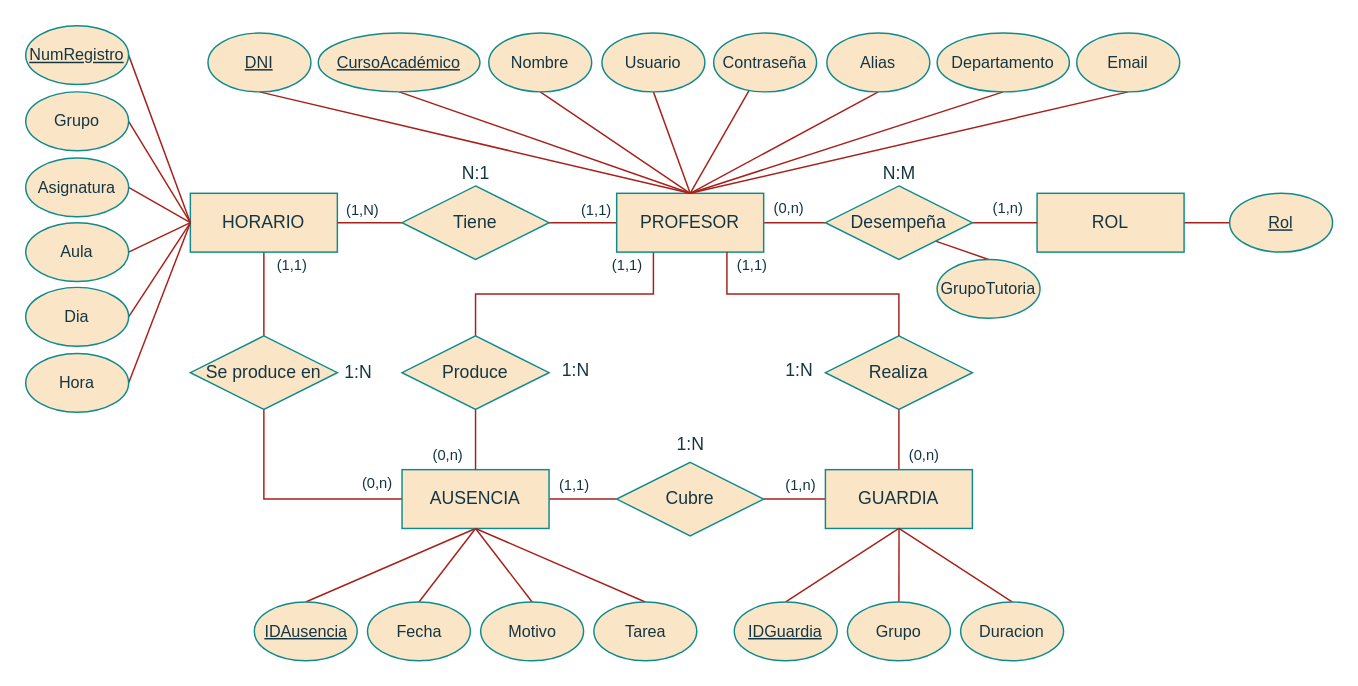
Samohe89/ProyectoIntegrado-Guardias keeps this draw.io diagram as DOC/Esquemas_diagramas/ModeloER_V1.drawio. Above is the earlier version. Source tidied: cells renumbered, new cells numbered last; positions are measured from the earlier drawing's top-left corner, leaving out a move shared by most shapes. Both pictures are drawn from the tidied source at 147%, with x=0, y=0 at pixel (25, 25).
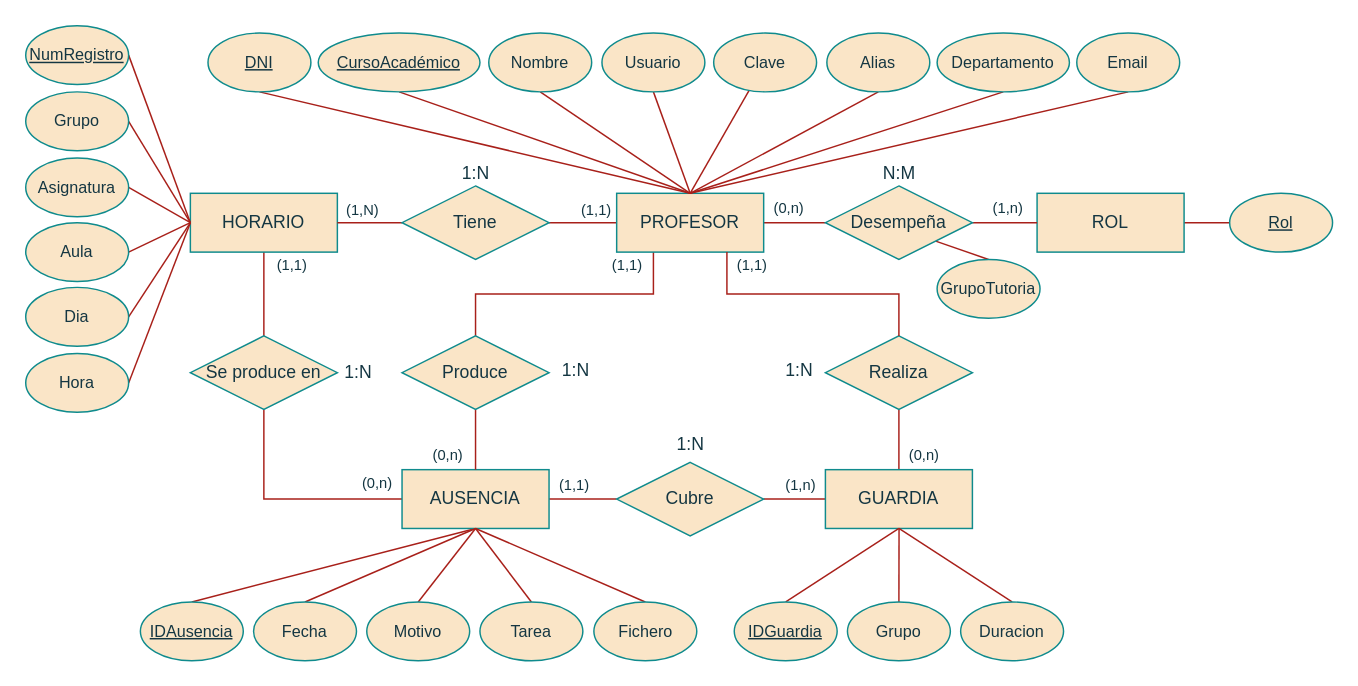
After the change.

The change refers to these unchanged cells:
```xml
<mxCell id="16" value="AUSENCIA" style="rounded=0;whiteSpace=wrap;html=1;labelBackgroundColor=none;fillColor=#FAE5C7;strokeColor=#0F8B8D;fontColor=#143642;" parent="1" vertex="1">
  <mxGeometry x="256" y="302" width="100" height="40" as="geometry" />
</mxCell>
```

What changed in the source:
```diff
@@
-    <mxCell id="24" value="Contraseña" style="ellipse;whiteSpace=wrap;html=1;fontSize=11;labelBackgroundColor=none;fillColor=#FAE5C7;strokeColor=#0F8B8D;fontColor=#143642;rounded=0;" parent="1" vertex="1">
+    <mxCell id="24" value="Clave" style="ellipse;whiteSpace=wrap;html=1;fontSize=11;labelBackgroundColor=none;fillColor=#FAE5C7;strokeColor=#0F8B8D;fontColor=#143642;rounded=0;" parent="1" vertex="1">
       <mxGeometry x="468" y="5" width="70" height="40" as="geometry" />
     </mxCell>
@@
-    <mxCell id="45" value="N:1" style="text;html=1;align=center;verticalAlign=middle;whiteSpace=wrap;rounded=0;labelBackgroundColor=none;fontColor=#143642;" parent="1" vertex="1">
+    <mxCell id="45" value="1:N" style="text;html=1;align=center;verticalAlign=middle;whiteSpace=wrap;rounded=0;labelBackgroundColor=none;fontColor=#143642;" parent="1" vertex="1">
       <mxGeometry x="288.5" y="92" width="35" height="17" as="geometry" />
     </mxCell>
@@
     <mxCell id="71" value="&lt;u&gt;IDAusencia&lt;/u&gt;" style="ellipse;whiteSpace=wrap;html=1;fontSize=11;labelBackgroundColor=none;fillColor=#FAE5C7;strokeColor=#0F8B8D;fontColor=#143642;rounded=0;" parent="1" vertex="1">
-      <mxGeometry x="155.5" y="392" width="70" height="40" as="geometry" />
+      <mxGeometry x="78" y="392" width="70" height="40" as="geometry" />
     </mxCell>
@@
     <mxCell id="73" value="Fecha" style="ellipse;whiteSpace=wrap;html=1;fontSize=11;labelBackgroundColor=none;fillColor=#FAE5C7;strokeColor=#0F8B8D;fontColor=#143642;rounded=0;" parent="1" vertex="1">
-      <mxGeometry x="232.5" y="392" width="70" height="40" as="geometry" />
+      <mxGeometry x="155" y="392" width="70" height="40" as="geometry" />
     </mxCell>
@@
     <mxCell id="75" value="Motivo" style="ellipse;whiteSpace=wrap;html=1;fontSize=11;labelBackgroundColor=none;fillColor=#FAE5C7;strokeColor=#0F8B8D;fontColor=#143642;rounded=0;" parent="1" vertex="1">
-      <mxGeometry x="309.5" y="392" width="70" height="40" as="geometry" />
+      <mxGeometry x="232" y="392" width="70" height="40" as="geometry" />
     </mxCell>
@@
-    <mxCell id="77" value="Tarea" style="ellipse;whiteSpace=wrap;html=1;fontSize=11;labelBackgroundColor=none;fillColor=#FAE5C7;strokeColor=#0F8B8D;fontColor=#143642;rounded=0;" parent="1" vertex="1">
+    <mxCell id="77" value="Fichero" style="ellipse;whiteSpace=wrap;html=1;fontSize=11;labelBackgroundColor=none;fillColor=#FAE5C7;strokeColor=#0F8B8D;fontColor=#143642;rounded=0;" parent="1" vertex="1">
       <mxGeometry x="386.5" y="392" width="70" height="40" as="geometry" />
     </mxCell>
@@
+    <mxCell id="89" style="rounded=0;jettySize=auto;html=1;exitX=0.5;exitY=0;exitDx=0;exitDy=0;endArrow=none;startFill=0;entryX=0.5;entryY=1;entryDx=0;entryDy=0;strokeColor=#A8201A;" parent="1" edge="1" source="90" target="16">
+      <mxGeometry relative="1" as="geometry" />
+    </mxCell>
+    <mxCell id="90" value="Tarea" style="ellipse;whiteSpace=wrap;html=1;fontSize=11;labelBackgroundColor=none;fillColor=#FAE5C7;strokeColor=#0F8B8D;fontColor=#143642;rounded=0;" parent="1" vertex="1">
+      <mxGeometry x="309" y="392" width="70" height="40" as="geometry" />
+    </mxCell>
```
